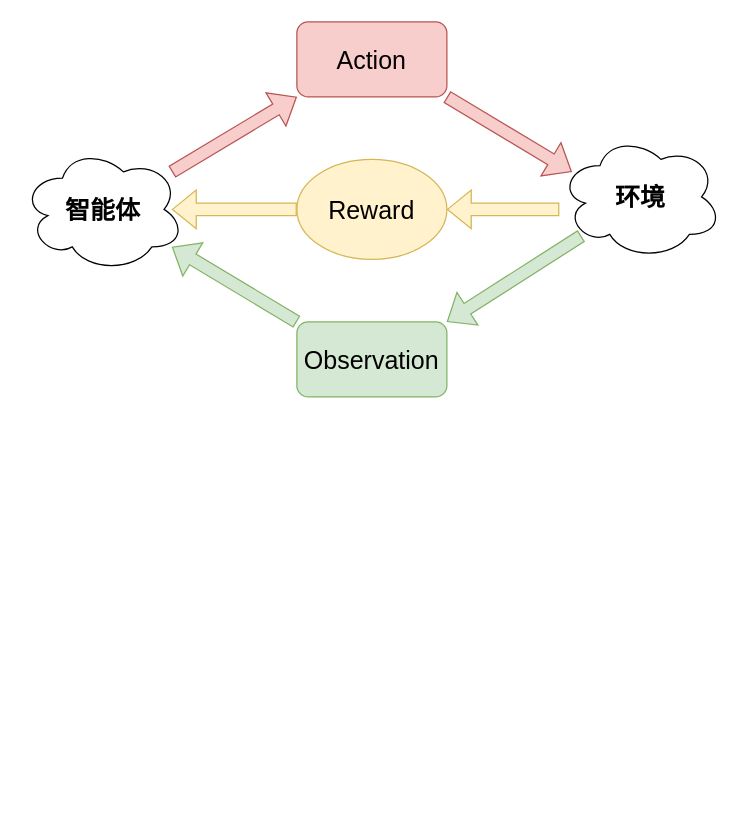
Before: 强化学习框图.drawio in li-rh/diagrams.net, a draw.io diagram. Source tidied: cells renumbered, new cells numbered last; positions are measured from the earlier drawing's top-left corner, leaving out a move shared by most shapes. Both pictures are drawn from the tidied source at 125%, with x=0, y=0 at pixel (21, 21).
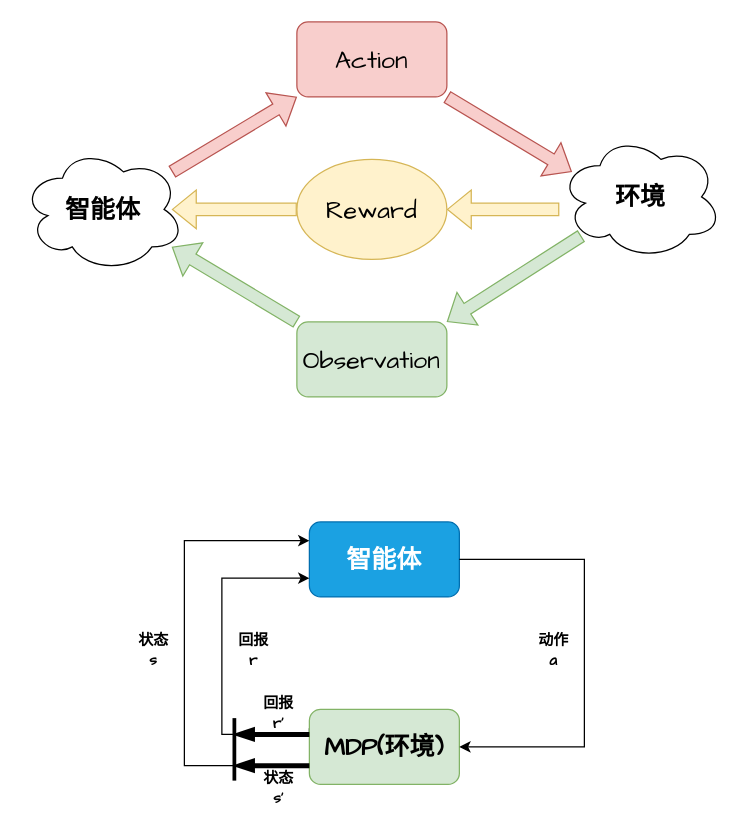
Above is the later version.

Commit message:
更新强化学习框图.drawio

Diff of the diagram source:
```diff
@@
-    <mxCell id="2" value="&lt;font style=&quot;font-size: 20px;&quot;&gt;Action&lt;/font&gt;" style="rounded=1;whiteSpace=wrap;html=1;fillColor=#f8cecc;strokeColor=#b85450;" parent="1" vertex="1">
+    <mxCell id="2" value="&lt;font face=&quot;Comic Sans MS&quot; style=&quot;font-size: 20px;&quot;&gt;Action&lt;/font&gt;" style="rounded=1;whiteSpace=wrap;html=1;fillColor=#f8cecc;strokeColor=#b85450;" parent="1" vertex="1">
       <mxGeometry x="220" width="120" height="60" as="geometry" />
     </mxCell>
-    <mxCell id="3" value="&lt;font style=&quot;font-size: 20px;&quot;&gt;Observation&lt;/font&gt;" style="rounded=1;whiteSpace=wrap;html=1;fillColor=#d5e8d4;strokeColor=#82b366;" parent="1" vertex="1">
+    <mxCell id="3" value="&lt;font face=&quot;Comic Sans MS&quot; style=&quot;font-size: 20px;&quot;&gt;Observation&lt;/font&gt;" style="rounded=1;whiteSpace=wrap;html=1;fillColor=#d5e8d4;strokeColor=#82b366;" parent="1" vertex="1">
       <mxGeometry x="220" y="240" width="120" height="60" as="geometry" />
     </mxCell>
-    <mxCell id="4" value="&lt;font style=&quot;font-size: 20px;&quot;&gt;Reward&lt;/font&gt;" style="ellipse;whiteSpace=wrap;html=1;fillColor=#fff2cc;strokeColor=#d6b656;" parent="1" vertex="1">
+    <mxCell id="4" value="&lt;font face=&quot;Comic Sans MS&quot; style=&quot;font-size: 20px;&quot;&gt;Reward&lt;/font&gt;" style="ellipse;whiteSpace=wrap;html=1;fillColor=#fff2cc;strokeColor=#d6b656;" parent="1" vertex="1">
       <mxGeometry x="220" y="110" width="120" height="80" as="geometry" />
     </mxCell>
@@
-    <mxCell id="11" value="&lt;font style=&quot;font-size: 20px;&quot;&gt;&lt;b&gt;智能体&lt;/b&gt;&lt;/font&gt;" style="ellipse;shape=cloud;whiteSpace=wrap;html=1;" parent="1" vertex="1">
+    <mxCell id="11" value="&lt;font face=&quot;Comic Sans MS&quot; style=&quot;font-size: 20px;&quot;&gt;&lt;b&gt;智能体&lt;/b&gt;&lt;/font&gt;" style="ellipse;shape=cloud;whiteSpace=wrap;html=1;" parent="1" vertex="1">
       <mxGeometry y="100" width="130" height="100" as="geometry" />
     </mxCell>
-    <mxCell id="12" value="&lt;font style=&quot;font-size: 20px;&quot;&gt;&lt;b&gt;环境&lt;/b&gt;&lt;/font&gt;" style="ellipse;shape=cloud;whiteSpace=wrap;html=1;" parent="1" vertex="1">
+    <mxCell id="12" value="&lt;font face=&quot;Comic Sans MS&quot; style=&quot;font-size: 20px;&quot;&gt;&lt;b&gt;环境&lt;/b&gt;&lt;/font&gt;" style="ellipse;shape=cloud;whiteSpace=wrap;html=1;" parent="1" vertex="1">
       <mxGeometry x="430" y="90" width="130" height="100" as="geometry" />
     </mxCell>
+    <mxCell id="13" value="&lt;font style=&quot;font-size: 20px;&quot; face=&quot;Comic Sans MS&quot;&gt;&lt;b&gt;智能体&lt;/b&gt;&lt;/font&gt;" style="rounded=1;whiteSpace=wrap;html=1;fillColor=#1ba1e2;strokeColor=#006EAF;fontColor=#ffffff;" parent="1" vertex="1">
+      <mxGeometry x="230" y="400" width="120" height="60" as="geometry" />
+    </mxCell>
+    <mxCell id="14" style="edgeStyle=orthogonalEdgeStyle;rounded=0;jettySize=auto;html=1;exitX=0;exitY=0.25;exitDx=0;exitDy=0;entryX=0;entryY=0.75;entryDx=0;entryDy=0;" parent="1" edge="1" source="16" target="13">
+      <mxGeometry relative="1" as="geometry">
+        <Array as="points">
+          <mxPoint x="230" y="570" />
+          <mxPoint x="160" y="570" />
+          <mxPoint x="160" y="445" />
+        </Array>
+      </mxGeometry>
+    </mxCell>
+    <mxCell id="15" style="edgeStyle=orthogonalEdgeStyle;rounded=0;jettySize=auto;html=1;exitX=0;exitY=0.75;exitDx=0;exitDy=0;entryX=0;entryY=0.25;entryDx=0;entryDy=0;" parent="1" edge="1" source="16" target="13">
+      <mxGeometry relative="1" as="geometry">
+        <Array as="points">
+          <mxPoint x="130" y="595" />
+          <mxPoint x="130" y="415" />
+        </Array>
+      </mxGeometry>
+    </mxCell>
+    <mxCell id="16" value="&lt;font style=&quot;font-size: 20px;&quot; face=&quot;Comic Sans MS&quot;&gt;&lt;b&gt;MDP(环境)&lt;/b&gt;&lt;/font&gt;" style="rounded=1;whiteSpace=wrap;html=1;fillColor=#d5e8d4;strokeColor=#82b366;" parent="1" vertex="1">
+      <mxGeometry x="230" y="550" width="120" height="60" as="geometry" />
+    </mxCell>
+    <mxCell id="17" style="endArrow=classic;html=1;rounded=0;exitX=1;exitY=0.5;exitDx=0;exitDy=0;entryX=1;entryY=0.5;entryDx=0;entryDy=0;" parent="1" edge="1" source="13" target="16">
+      <mxGeometry relative="1" as="geometry">
+        <Array as="points">
+          <mxPoint x="450" y="430" />
+          <mxPoint x="450" y="540" />
+          <mxPoint x="450" y="580" />
+        </Array>
+      </mxGeometry>
+    </mxCell>
+    <mxCell id="18" value="&lt;font face=&quot;Comic Sans MS&quot;&gt;&lt;b&gt;动作&lt;br&gt;a&lt;/b&gt;&lt;/font&gt;" style="text;html=1;align=center;verticalAlign=middle;strokeColor=none;fillColor=none;" parent="1" vertex="1">
+      <mxGeometry x="400" y="483" width="50" height="40" as="geometry" />
+    </mxCell>
+    <mxCell id="19" value="&lt;font face=&quot;Comic Sans MS&quot;&gt;&lt;b&gt;回报&lt;br&gt;r&lt;/b&gt;&lt;/font&gt;" style="text;html=1;align=center;verticalAlign=middle;strokeColor=none;fillColor=none;" parent="1" vertex="1">
+      <mxGeometry x="160" y="483" width="50" height="40" as="geometry" />
+    </mxCell>
+    <mxCell id="20" value="&lt;font face=&quot;Comic Sans MS&quot;&gt;&lt;b&gt;状态&lt;br&gt;s&lt;/b&gt;&lt;/font&gt;" style="text;html=1;align=center;verticalAlign=middle;strokeColor=none;fillColor=none;" parent="1" vertex="1">
+      <mxGeometry x="80" y="483" width="50" height="40" as="geometry" />
+    </mxCell>
+    <mxCell id="21" style="endArrow=blockThin;html=1;rounded=0;strokeWidth=4;endFill=1;" parent="1" edge="1">
+      <mxGeometry relative="1" as="geometry">
+        <mxPoint x="230" y="570" as="sourcePoint" />
+        <mxPoint x="170" y="570" as="targetPoint" />
+      </mxGeometry>
+    </mxCell>
+    <mxCell id="22" style="endArrow=blockThin;html=1;rounded=0;exitX=0;exitY=0.75;exitDx=0;exitDy=0;strokeWidth=4;targetPerimeterSpacing=0;endFill=1;" parent="1" edge="1" source="16">
+      <mxGeometry relative="1" as="geometry">
+        <mxPoint x="170" y="595" as="targetPoint" />
+      </mxGeometry>
+    </mxCell>
+    <mxCell id="23" style="endArrow=none;html=1;rounded=0;strokeWidth=3;" parent="1" edge="1">
+      <mxGeometry relative="1" as="geometry">
+        <mxPoint x="170" y="607" as="sourcePoint" />
+        <mxPoint x="170" y="557" as="targetPoint" />
+      </mxGeometry>
+    </mxCell>
+    <mxCell id="24" value="&lt;font face=&quot;Comic Sans MS&quot;&gt;&lt;b&gt;回报&lt;br&gt;r'&lt;/b&gt;&lt;/font&gt;" style="text;html=1;align=center;verticalAlign=middle;strokeColor=none;fillColor=none;" parent="1" vertex="1">
+      <mxGeometry x="180" y="533" width="50" height="40" as="geometry" />
+    </mxCell>
+    <mxCell id="25" value="&lt;font face=&quot;Comic Sans MS&quot;&gt;&lt;b&gt;状态&lt;br&gt;s'&lt;/b&gt;&lt;/font&gt;" style="text;html=1;align=center;verticalAlign=middle;strokeColor=none;fillColor=none;" parent="1" vertex="1">
+      <mxGeometry x="180" y="593" width="50" height="40" as="geometry" />
+    </mxCell>
```
